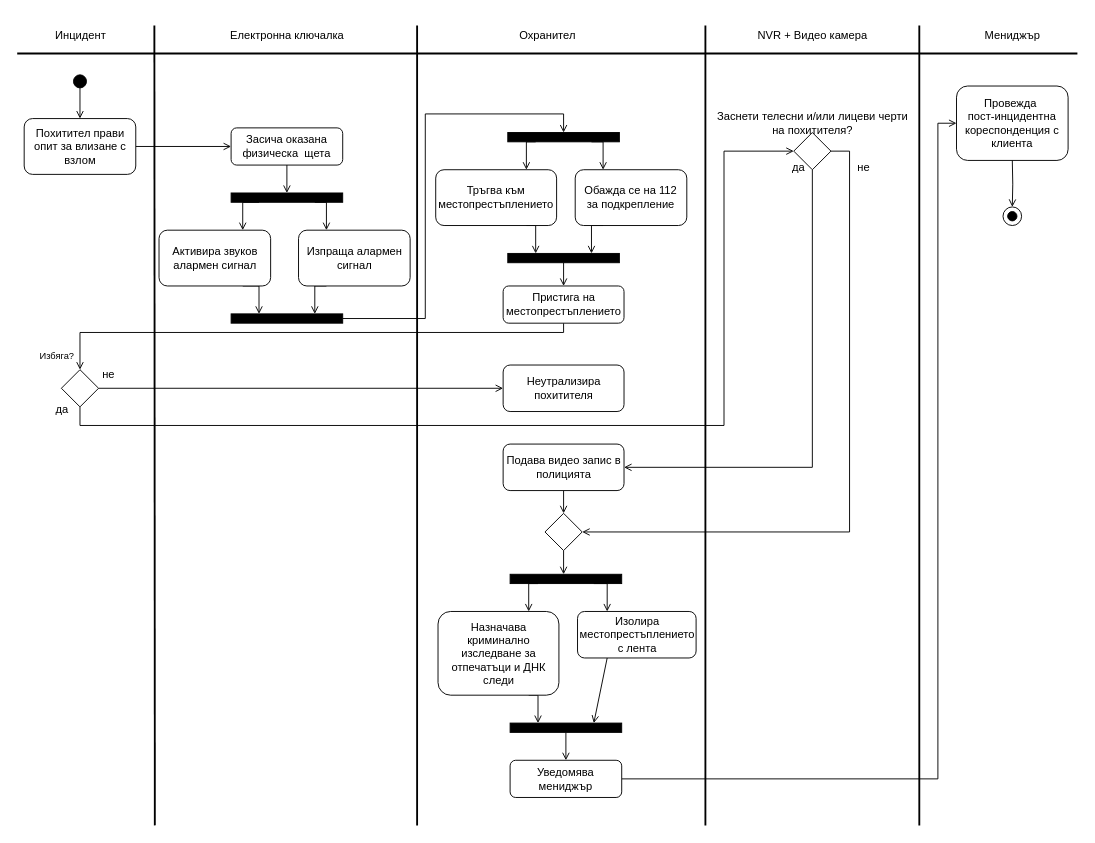
Before: Activity/a3.drawio in IsmailSalehCode/UML-course-work, a draw.io diagram. Source tidied: cells renumbered, new cells numbered last; positions are measured from the earlier drawing's top-left corner, leaving out a move shared by most shapes. Both pictures are drawn from the tidied source at 93%, with x=0, y=0 at pixel (17, 16).
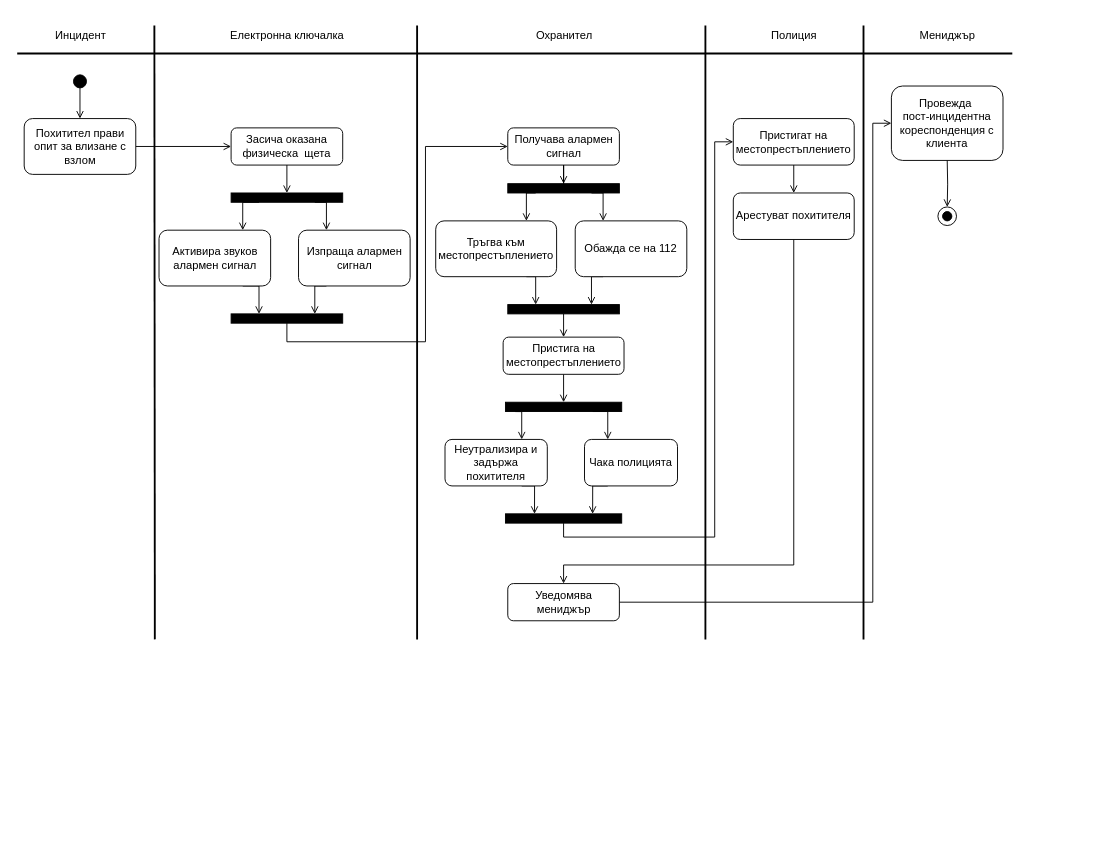
After the change.

Unchanged cells that the change refers to:
```xml
<mxCell id="25" style="rounded=0;whiteSpace=wrap;html=1;fillStyle=solid;fillColor=#000000;" parent="1" vertex="1">
  <mxGeometry x="230" y="320" width="120" height="10" as="geometry" />
</mxCell>
```

Diff of the diagram source:
```diff
@@
     <mxCell id="5" style="endArrow=none;html=1;rounded=0;strokeWidth=2;" parent="1" edge="1">
       <mxGeometry relative="1" as="geometry">
         <mxPoint y="40" as="sourcePoint" />
-        <mxPoint x="1140" y="40" as="targetPoint" />
+        <mxPoint x="1070" y="40" as="targetPoint" />
       </mxGeometry>
     </mxCell>
     <mxCell id="6" style="endArrow=none;html=1;rounded=0;strokeWidth=2;" parent="1" edge="1">
       <mxGeometry relative="1" as="geometry">
-        <mxPoint x="148" y="870" as="sourcePoint" />
+        <mxPoint x="148" y="670" as="sourcePoint" />
         <mxPoint x="147.5" y="10" as="targetPoint" />
       </mxGeometry>
     </mxCell>
@@
     <mxCell id="9" style="endArrow=none;html=1;rounded=0;strokeWidth=2;" parent="1" edge="1">
       <mxGeometry relative="1" as="geometry">
-        <mxPoint x="430" y="870" as="sourcePoint" />
+        <mxPoint x="430" y="670" as="sourcePoint" />
         <mxPoint x="430" y="10" as="targetPoint" />
       </mxGeometry>
     </mxCell>
     <mxCell id="10" value="Охранител" style="text;html=1;align=center;verticalAlign=bottom;strokeColor=none;fillColor=none;" parent="1" vertex="1">
-      <mxGeometry x="530" width="80" height="30" as="geometry" />
+      <mxGeometry x="547.5" width="80" height="30" as="geometry" />
     </mxCell>
     <mxCell id="11" style="endArrow=none;html=1;rounded=0;strokeWidth=2;" parent="1" edge="1">
       <mxGeometry relative="1" as="geometry">
-        <mxPoint x="740" y="870" as="sourcePoint" />
+        <mxPoint x="740" y="670" as="sourcePoint" />
         <mxPoint x="740" y="10" as="targetPoint" />
       </mxGeometry>
     </mxCell>
-    <mxCell id="12" value="NVR + Видео камера" style="text;html=1;align=center;verticalAlign=bottom;strokeColor=none;fillColor=none;" parent="1" vertex="1">
-      <mxGeometry x="785" width="140" height="30" as="geometry" />
+    <mxCell id="12" value="Полиция" style="text;html=1;align=center;verticalAlign=bottom;strokeColor=none;fillColor=none;" parent="1" vertex="1">
+      <mxGeometry x="800" width="70" height="30" as="geometry" />
     </mxCell>
     <mxCell id="13" style="endArrow=none;html=1;rounded=0;strokeWidth=2;" parent="1" edge="1">
       <mxGeometry relative="1" as="geometry">
-        <mxPoint x="970" y="870" as="sourcePoint" />
-        <mxPoint x="970" y="10" as="targetPoint" />
+        <mxPoint x="910" y="670" as="sourcePoint" />
+        <mxPoint x="910" y="10" as="targetPoint" />
       </mxGeometry>
     </mxCell>
     <mxCell id="14" value="Мениджър" style="text;html=1;align=center;verticalAlign=bottom;strokeColor=none;fillColor=none;" parent="1" vertex="1">
-      <mxGeometry x="1030" width="80" height="30" as="geometry" />
+      <mxGeometry x="960" width="80" height="30" as="geometry" />
     </mxCell>
@@
-    <mxCell id="24" style="edgeStyle=orthogonalEdgeStyle;rounded=0;jettySize=auto;html=1;entryX=0.5;entryY=0;entryDx=0;entryDy=0;endArrow=open;endFill=0;" parent="1" edge="1" source="25" target="39">
-      <mxGeometry relative="1" as="geometry" />
-    </mxCell>
+    <mxCell id="69" style="edgeStyle=orthogonalEdgeStyle;rounded=0;jettySize=auto;html=1;entryX=0;entryY=0.5;entryDx=0;entryDy=0;endArrow=open;endFill=0;" parent="1" edge="1" source="25" target="84">
+      <mxGeometry relative="1" as="geometry">
+        <Array as="points">
+          <mxPoint x="290" y="350" />
+          <mxPoint x="439" y="350" />
+          <mxPoint x="439" y="140" />
+        </Array>
+      </mxGeometry>
+    </mxCell>
@@
-    <mxCell id="26" value="да" style="text;html=1;align=center;verticalAlign=middle;strokeColor=none;fillColor=none;" parent="1" vertex="1">
-      <mxGeometry x="27.5" y="408" width="40" height="30" as="geometry" />
-    </mxCell>
-    <mxCell id="27" style="edgeStyle=orthogonalEdgeStyle;rounded=0;jettySize=auto;html=1;exitX=1;exitY=0.5;exitDx=0;exitDy=0;endArrow=open;endFill=0;entryX=0;entryY=0.5;entryDx=0;entryDy=0;" parent="1" edge="1" source="29" target="32">
-      <mxGeometry relative="1" as="geometry" />
-    </mxCell>
-    <mxCell id="28" style="edgeStyle=orthogonalEdgeStyle;rounded=0;jettySize=auto;html=1;entryX=0;entryY=0.5;entryDx=0;entryDy=0;endArrow=open;endFill=0;" parent="1" edge="1" source="29" target="50">
-      <mxGeometry relative="1" as="geometry">
-        <Array as="points">
-          <mxPoint x="68" y="440" />
-          <mxPoint x="760" y="440" />
-          <mxPoint x="760" y="145" />
-        </Array>
-      </mxGeometry>
-    </mxCell>
-    <mxCell id="29" style="rhombus;whiteSpace=wrap;html=1;" parent="1" vertex="1">
-      <mxGeometry x="47.5" y="380" width="40" height="40" as="geometry" />
-    </mxCell>
-    <mxCell id="30" value="&lt;div style=&quot;&quot;&gt;&lt;span style=&quot;font-size: 10px;&quot;&gt;Избяга?&lt;/span&gt;&lt;/div&gt;" style="text;html=1;align=center;verticalAlign=middle;whiteSpace=wrap;rounded=0;" parent="1" vertex="1">
-      <mxGeometry x="17.5" y="350" width="50" height="30" as="geometry" />
-    </mxCell>
-    <mxCell id="31" value="не" style="text;html=1;align=center;verticalAlign=middle;strokeColor=none;fillColor=none;" parent="1" vertex="1">
-      <mxGeometry x="77.5" y="370" width="40" height="30" as="geometry" />
-    </mxCell>
+    <mxCell id="70" style="edgeStyle=orthogonalEdgeStyle;rounded=0;jettySize=auto;html=1;exitX=0.75;exitY=1;exitDx=0;exitDy=0;entryX=0.25;entryY=0;entryDx=0;entryDy=0;endArrow=open;endFill=0;" parent="1" edge="1" source="32" target="80">
+      <mxGeometry relative="1" as="geometry" />
+    </mxCell>
-    <mxCell id="32" value="Неутрализира похитителя" style="rounded=1;whiteSpace=wrap;html=1;" parent="1" vertex="1">
-      <mxGeometry x="522.5" y="375" width="130" height="50" as="geometry" />
+    <mxCell id="32" value="Неутрализира и задържа похитителя" style="rounded=1;whiteSpace=wrap;html=1;" parent="1" vertex="1">
+      <mxGeometry x="460" y="455" width="110" height="50" as="geometry" />
     </mxCell>
@@
-    <mxCell id="34" value="Обажда се на 112&lt;div&gt;за подкрепление&lt;/div&gt;" style="rounded=1;whiteSpace=wrap;html=1;" parent="1" vertex="1">
-      <mxGeometry x="600" y="165" width="120" height="60" as="geometry" />
+    <mxCell id="34" value="Обажда се на 112" style="rounded=1;whiteSpace=wrap;html=1;" parent="1" vertex="1">
+      <mxGeometry x="600" y="220" width="120" height="60" as="geometry" />
     </mxCell>
@@
     <mxCell id="36" value="Тръгва към местопрестъплението" style="rounded=1;whiteSpace=wrap;html=1;" parent="1" vertex="1">
-      <mxGeometry x="450" y="165" width="130" height="60" as="geometry" />
+      <mxGeometry x="450" y="220" width="130" height="60" as="geometry" />
     </mxCell>
@@
     <mxCell id="39" style="rounded=0;whiteSpace=wrap;html=1;fillStyle=solid;fillColor=#000000;" parent="1" vertex="1">
-      <mxGeometry x="527.5" y="125" width="120" height="10" as="geometry" />
+      <mxGeometry x="527.5" y="180" width="120" height="10" as="geometry" />
     </mxCell>
@@
     <mxCell id="41" style="rounded=0;whiteSpace=wrap;html=1;fillStyle=solid;fillColor=#000000;" parent="1" vertex="1">
-      <mxGeometry x="527.5" y="255" width="120" height="10" as="geometry" />
+      <mxGeometry x="527.5" y="310" width="120" height="10" as="geometry" />
     </mxCell>
-    <mxCell id="42" style="edgeStyle=orthogonalEdgeStyle;rounded=0;jettySize=auto;html=1;entryX=0.5;entryY=0;entryDx=0;entryDy=0;endArrow=open;endFill=0;" parent="1" edge="1" source="43" target="29">
-      <mxGeometry relative="1" as="geometry">
-        <Array as="points">
-          <mxPoint x="588" y="340" />
-          <mxPoint x="68" y="340" />
-        </Array>
-      </mxGeometry>
-    </mxCell>
+    <mxCell id="71" style="edgeStyle=orthogonalEdgeStyle;rounded=0;jettySize=auto;html=1;exitX=0.5;exitY=1;exitDx=0;exitDy=0;entryX=0.5;entryY=0;entryDx=0;entryDy=0;endArrow=open;endFill=0;" parent="1" edge="1" source="43" target="76">
+      <mxGeometry relative="1" as="geometry" />
+    </mxCell>
     <mxCell id="43" value="Пристига на местопрестъплението" style="rounded=1;whiteSpace=wrap;html=1;" parent="1" vertex="1">
-      <mxGeometry x="522.5" y="290" width="130" height="40" as="geometry" />
+      <mxGeometry x="522.5" y="345" width="130" height="40" as="geometry" />
     </mxCell>
     <mxCell id="44" value="Провежда&amp;nbsp;&lt;div&gt;пост-инцидентна кореспонденция с клиента&lt;/div&gt;" style="rounded=1;whiteSpace=wrap;html=1;" parent="1" vertex="1">
-      <mxGeometry x="1010" y="75" width="120" height="80" as="geometry" />
+      <mxGeometry x="940" y="75" width="120" height="80" as="geometry" />
     </mxCell>
     <mxCell id="45" style="ellipse;whiteSpace=wrap;html=1;" parent="1" vertex="1">
-      <mxGeometry x="1060" y="205" width="20" height="20" as="geometry" />
+      <mxGeometry x="990" y="205" width="20" height="20" as="geometry" />
     </mxCell>
     <mxCell id="46" style="ellipse;whiteSpace=wrap;html=1;labelBackgroundColor=#000000;fillColor=#000000;" parent="1" vertex="1">
-      <mxGeometry x="1065" y="210" width="10" height="10" as="geometry" />
+      <mxGeometry x="995" y="210" width="10" height="10" as="geometry" />
     </mxCell>
     <mxCell id="47" style="edgeStyle=orthogonalEdgeStyle;rounded=0;jettySize=auto;html=1;endArrow=open;endFill=0;exitX=0.5;exitY=1;exitDx=0;exitDy=0;entryX=0.5;entryY=0;entryDx=0;entryDy=0;" parent="1" edge="1" target="45">
       <mxGeometry relative="1" as="geometry">
-        <mxPoint x="1070" y="155" as="sourcePoint" />
+        <mxPoint x="1000" y="155" as="sourcePoint" />
       </mxGeometry>
     </mxCell>
-    <mxCell id="48" style="edgeStyle=orthogonalEdgeStyle;rounded=0;jettySize=auto;html=1;entryX=1;entryY=0.5;entryDx=0;entryDy=0;endArrow=open;endFill=0;exitX=0.5;exitY=1;exitDx=0;exitDy=0;" parent="1" edge="1" source="50" target="54">
-      <mxGeometry relative="1" as="geometry">
-        <Array as="points">
-          <mxPoint x="855" y="485" />
-        </Array>
-      </mxGeometry>
-    </mxCell>
-    <mxCell id="49" style="edgeStyle=orthogonalEdgeStyle;rounded=0;jettySize=auto;html=1;exitX=1;exitY=0.5;exitDx=0;exitDy=0;entryX=1;entryY=0.5;entryDx=0;entryDy=0;endArrow=open;endFill=0;" parent="1" edge="1" source="50" target="56">
-      <mxGeometry relative="1" as="geometry" />
-    </mxCell>
-    <mxCell id="50" style="rhombus;whiteSpace=wrap;html=1;" parent="1" vertex="1">
-      <mxGeometry x="835" y="125" width="40" height="40" as="geometry" />
-    </mxCell>
-    <mxCell id="51" value="Заснети телесни и/или лицеви черти&lt;div&gt;на похитителя?&lt;/div&gt;" style="text;html=1;align=center;verticalAlign=middle;strokeColor=none;fillColor=none;" parent="1" vertex="1">
-      <mxGeometry x="740" y="95" width="230" height="40" as="geometry" />
-    </mxCell>
-    <mxCell id="52" value="да" style="text;html=1;align=center;verticalAlign=middle;strokeColor=none;fillColor=none;" parent="1" vertex="1">
-      <mxGeometry x="820" y="148" width="40" height="30" as="geometry" />
-    </mxCell>
-    <mxCell id="53" style="edgeStyle=orthogonalEdgeStyle;rounded=0;jettySize=auto;html=1;exitX=0.5;exitY=1;exitDx=0;exitDy=0;entryX=0.5;entryY=0;entryDx=0;entryDy=0;endArrow=open;endFill=0;" parent="1" edge="1" source="54" target="56">
-      <mxGeometry relative="1" as="geometry" />
-    </mxCell>
-    <mxCell id="54" value="Подава видео запис в полицията" style="rounded=1;whiteSpace=wrap;html=1;" parent="1" vertex="1">
-      <mxGeometry x="522.5" y="460" width="130" height="50" as="geometry" />
-    </mxCell>
-    <mxCell id="55" style="edgeStyle=orthogonalEdgeStyle;rounded=0;jettySize=auto;html=1;exitX=0.5;exitY=1;exitDx=0;exitDy=0;entryX=0.5;entryY=0;entryDx=0;entryDy=0;endArrow=open;endFill=0;" parent="1" edge="1" source="56">
-      <mxGeometry relative="1" as="geometry">
-        <mxPoint x="587.5" y="600" as="targetPoint" />
-      </mxGeometry>
-    </mxCell>
-    <mxCell id="56" style="rhombus;whiteSpace=wrap;html=1;" parent="1" vertex="1">
-      <mxGeometry x="567.5" y="534.5" width="40" height="40" as="geometry" />
-    </mxCell>
-    <mxCell id="57" value="не" style="text;html=1;align=center;verticalAlign=middle;strokeColor=none;fillColor=none;" parent="1" vertex="1">
-      <mxGeometry x="890" y="148" width="40" height="30" as="geometry" />
-    </mxCell>
-    <mxCell id="58" style="rounded=0;jettySize=auto;html=1;exitX=0.25;exitY=1;exitDx=0;exitDy=0;entryX=0.75;entryY=0;entryDx=0;entryDy=0;endArrow=open;endFill=0;" parent="1" edge="1" source="59" target="66">
-      <mxGeometry relative="1" as="geometry" />
-    </mxCell>
-    <mxCell id="59" value="Изолира местопрестъплението с лента" style="rounded=1;whiteSpace=wrap;html=1;" parent="1" vertex="1">
-      <mxGeometry x="602.5" y="640" width="127.5" height="50" as="geometry" />
-    </mxCell>
-    <mxCell id="60" style="edgeStyle=orthogonalEdgeStyle;rounded=0;jettySize=auto;html=1;exitX=0.75;exitY=1;exitDx=0;exitDy=0;entryX=0.25;entryY=0;entryDx=0;entryDy=0;endArrow=open;endFill=0;" parent="1" edge="1" source="61" target="66">
-      <mxGeometry relative="1" as="geometry" />
-    </mxCell>
-    <mxCell id="61" value="Назначава криминално изследване за отпечатъци и ДНК следи" style="rounded=1;whiteSpace=wrap;html=1;" parent="1" vertex="1">
-      <mxGeometry x="452.5" y="640" width="130" height="90" as="geometry" />
-    </mxCell>
-    <mxCell id="62" style="edgeStyle=orthogonalEdgeStyle;rounded=0;jettySize=auto;html=1;exitX=0.25;exitY=1;exitDx=0;exitDy=0;entryX=0.75;entryY=0;entryDx=0;entryDy=0;endArrow=open;endFill=0;" parent="1" edge="1" source="64" target="61">
-      <mxGeometry relative="1" as="geometry" />
-    </mxCell>
-    <mxCell id="63" style="edgeStyle=orthogonalEdgeStyle;rounded=0;jettySize=auto;html=1;exitX=0.75;exitY=1;exitDx=0;exitDy=0;entryX=0.25;entryY=0;entryDx=0;entryDy=0;endArrow=open;endFill=0;" parent="1" edge="1" source="64" target="59">
-      <mxGeometry relative="1" as="geometry" />
-    </mxCell>
-    <mxCell id="64" style="rounded=0;whiteSpace=wrap;html=1;fillStyle=solid;fillColor=#000000;" parent="1" vertex="1">
-      <mxGeometry x="530" y="600" width="120" height="10" as="geometry" />
-    </mxCell>
-    <mxCell id="65" style="edgeStyle=orthogonalEdgeStyle;rounded=0;jettySize=auto;html=1;exitX=0.5;exitY=1;exitDx=0;exitDy=0;entryX=0.5;entryY=0;entryDx=0;entryDy=0;endArrow=open;endFill=0;" parent="1" edge="1" source="66" target="68">
-      <mxGeometry relative="1" as="geometry" />
-    </mxCell>
-    <mxCell id="66" style="rounded=0;whiteSpace=wrap;html=1;fillStyle=solid;fillColor=#000000;" parent="1" vertex="1">
-      <mxGeometry x="530" y="760" width="120" height="10" as="geometry" />
-    </mxCell>
     <mxCell id="67" style="edgeStyle=orthogonalEdgeStyle;rounded=0;jettySize=auto;html=1;entryX=0;entryY=0.5;entryDx=0;entryDy=0;endArrow=open;endFill=0;" parent="1" edge="1" source="68" target="44">
       <mxGeometry relative="1" as="geometry">
         <Array as="points">
-          <mxPoint x="990" y="820" />
-          <mxPoint x="990" y="115" />
+          <mxPoint x="920" y="630" />
+          <mxPoint x="920" y="115" />
         </Array>
       </mxGeometry>
     </mxCell>
     <mxCell id="68" value="Уведомява мениджър" style="rounded=1;whiteSpace=wrap;html=1;" parent="1" vertex="1">
-      <mxGeometry x="530" y="800" width="120" height="40" as="geometry" />
+      <mxGeometry x="527.5" y="610" width="120" height="40" as="geometry" />
     </mxCell>
+    <mxCell id="72" style="edgeStyle=orthogonalEdgeStyle;rounded=0;jettySize=auto;html=1;exitX=0.25;exitY=1;exitDx=0;exitDy=0;entryX=0.75;entryY=0;entryDx=0;entryDy=0;endArrow=open;endFill=0;" parent="1" edge="1" source="73" target="80">
+      <mxGeometry relative="1" as="geometry" />
+    </mxCell>
+    <mxCell id="73" value="Чака полицията" style="rounded=1;whiteSpace=wrap;html=1;" parent="1" vertex="1">
+      <mxGeometry x="610" y="455" width="100" height="50" as="geometry" />
+    </mxCell>
+    <mxCell id="74" style="edgeStyle=orthogonalEdgeStyle;rounded=0;jettySize=auto;html=1;exitX=0.084;exitY=1.005;exitDx=0;exitDy=0;entryX=0.75;entryY=0;entryDx=0;entryDy=0;exitPerimeter=0;endArrow=open;endFill=0;" parent="1" edge="1" source="76" target="32">
+      <mxGeometry relative="1" as="geometry" />
+    </mxCell>
+    <mxCell id="75" style="edgeStyle=orthogonalEdgeStyle;rounded=0;jettySize=auto;html=1;exitX=0.75;exitY=1;exitDx=0;exitDy=0;entryX=0.25;entryY=0;entryDx=0;entryDy=0;endArrow=open;endFill=0;" parent="1" edge="1" source="76" target="73">
+      <mxGeometry relative="1" as="geometry" />
+    </mxCell>
+    <mxCell id="76" style="rounded=0;whiteSpace=wrap;html=1;fillStyle=solid;fillColor=#000000;" parent="1" vertex="1">
+      <mxGeometry x="525" y="415" width="125" height="10" as="geometry" />
+    </mxCell>
+    <mxCell id="77" style="edgeStyle=orthogonalEdgeStyle;rounded=0;jettySize=auto;html=1;exitX=0.5;exitY=1;exitDx=0;exitDy=0;entryX=0.5;entryY=0;entryDx=0;entryDy=0;endArrow=open;endFill=0;" parent="1" edge="1" source="78" target="82">
+      <mxGeometry relative="1" as="geometry" />
+    </mxCell>
+    <mxCell id="78" value="Пристигат на местопрестъплението" style="rounded=1;whiteSpace=wrap;html=1;" parent="1" vertex="1">
+      <mxGeometry x="770" y="110" width="130" height="50" as="geometry" />
+    </mxCell>
+    <mxCell id="79" style="edgeStyle=orthogonalEdgeStyle;rounded=0;jettySize=auto;html=1;exitX=0.5;exitY=1;exitDx=0;exitDy=0;entryX=0;entryY=0.5;entryDx=0;entryDy=0;endArrow=open;endFill=0;" parent="1" edge="1" source="80" target="78">
+      <mxGeometry relative="1" as="geometry">
+        <Array as="points">
+          <mxPoint x="588" y="560" />
+          <mxPoint x="750" y="560" />
+          <mxPoint x="750" y="135" />
+        </Array>
+      </mxGeometry>
+    </mxCell>
+    <mxCell id="80" style="rounded=0;whiteSpace=wrap;html=1;fillStyle=solid;fillColor=#000000;" parent="1" vertex="1">
+      <mxGeometry x="525" y="535" width="125" height="10" as="geometry" />
+    </mxCell>
+    <mxCell id="81" style="edgeStyle=orthogonalEdgeStyle;rounded=0;jettySize=auto;html=1;entryX=0.5;entryY=0;entryDx=0;entryDy=0;endArrow=open;endFill=0;" parent="1" edge="1" source="82" target="68">
+      <mxGeometry relative="1" as="geometry">
+        <Array as="points">
+          <mxPoint x="835" y="590" />
+          <mxPoint x="588" y="590" />
+        </Array>
+      </mxGeometry>
+    </mxCell>
+    <mxCell id="82" value="Арестуват похитителя" style="rounded=1;whiteSpace=wrap;html=1;" parent="1" vertex="1">
+      <mxGeometry x="770" y="190" width="130" height="50" as="geometry" />
+    </mxCell>
+    <mxCell id="83" style="edgeStyle=orthogonalEdgeStyle;rounded=0;jettySize=auto;html=1;entryX=0.5;entryY=0;entryDx=0;entryDy=0;endArrow=open;endFill=0;endSize=6;" parent="1" edge="1" source="84" target="39">
+      <mxGeometry relative="1" as="geometry" />
+    </mxCell>
+    <mxCell id="84" value="Получава алармен сигнал" style="rounded=1;whiteSpace=wrap;html=1;" parent="1" vertex="1">
+      <mxGeometry x="527.5" y="120" width="120" height="40" as="geometry" />
+    </mxCell>
```
